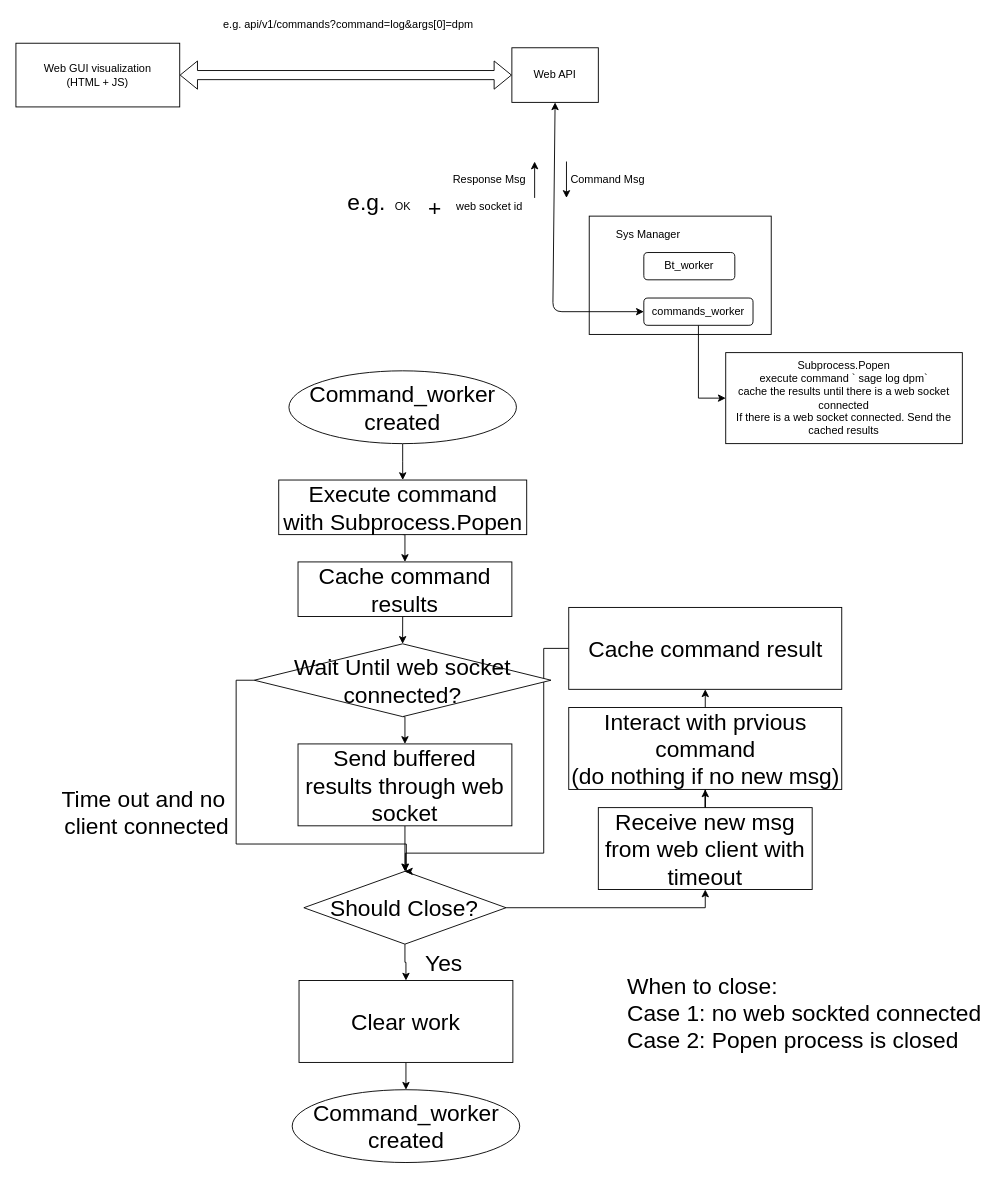
Above: web debug GUI.drawio in DianxinWang/final_theis (draw.io), before the change. Source tidied: cells renumbered, new cells numbered last; positions are measured from the earlier drawing's top-left corner, leaving out a move shared by most shapes. Both pictures are drawn from the tidied source at 91%, with x=0, y=0 at pixel (15, 15).
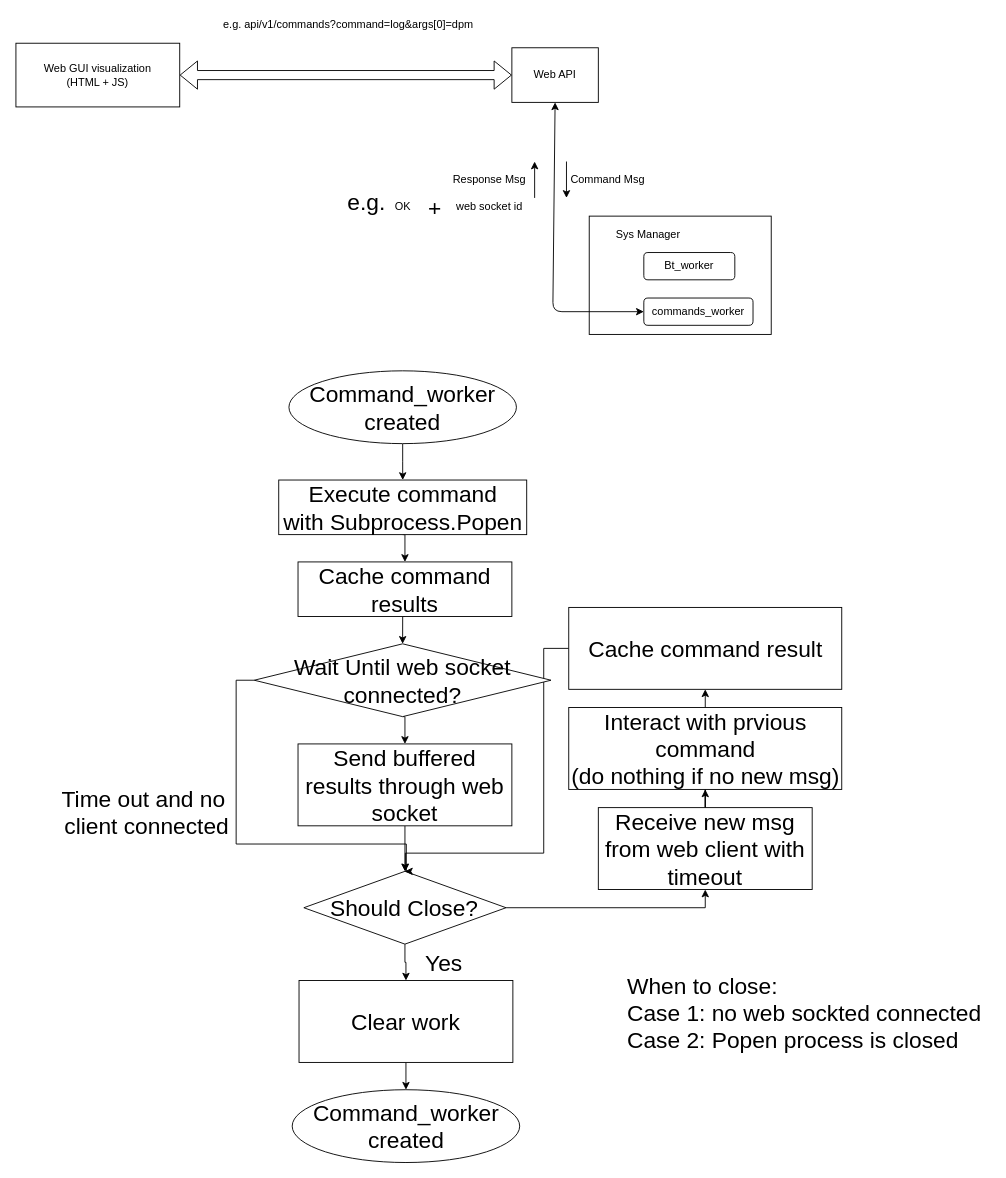
After the change.

Unchanged cells that the change refers to:
```xml
<mxCell id="8" value="commands_worker" style="rounded=1;whiteSpace=wrap;html=1;" parent="1" vertex="1">
  <mxGeometry x="690" y="310" width="120" height="30" as="geometry" />
</mxCell>
```

Diff of the diagram source:
```diff
@@
-    <mxCell id="7" style="edgeStyle=orthogonalEdgeStyle;rounded=0;jettySize=auto;html=1;exitX=0.5;exitY=1;exitDx=0;exitDy=0;entryX=0;entryY=0.5;entryDx=0;entryDy=0;" parent="1" edge="1" source="8" target="12">
-      <mxGeometry relative="1" as="geometry" />
-    </mxCell>
@@
-    <mxCell id="12" value="Subprocess.Popen&lt;br&gt;execute command ` sage log dpm`&lt;br&gt;cache the results until there is a web socket connected&lt;br&gt;If there is a web socket connected. Send the cached results&lt;br&gt;" style="rounded=0;whiteSpace=wrap;html=1;" parent="1" vertex="1">
-      <mxGeometry x="780" y="370" width="260" height="100" as="geometry" />
-    </mxCell>
```
